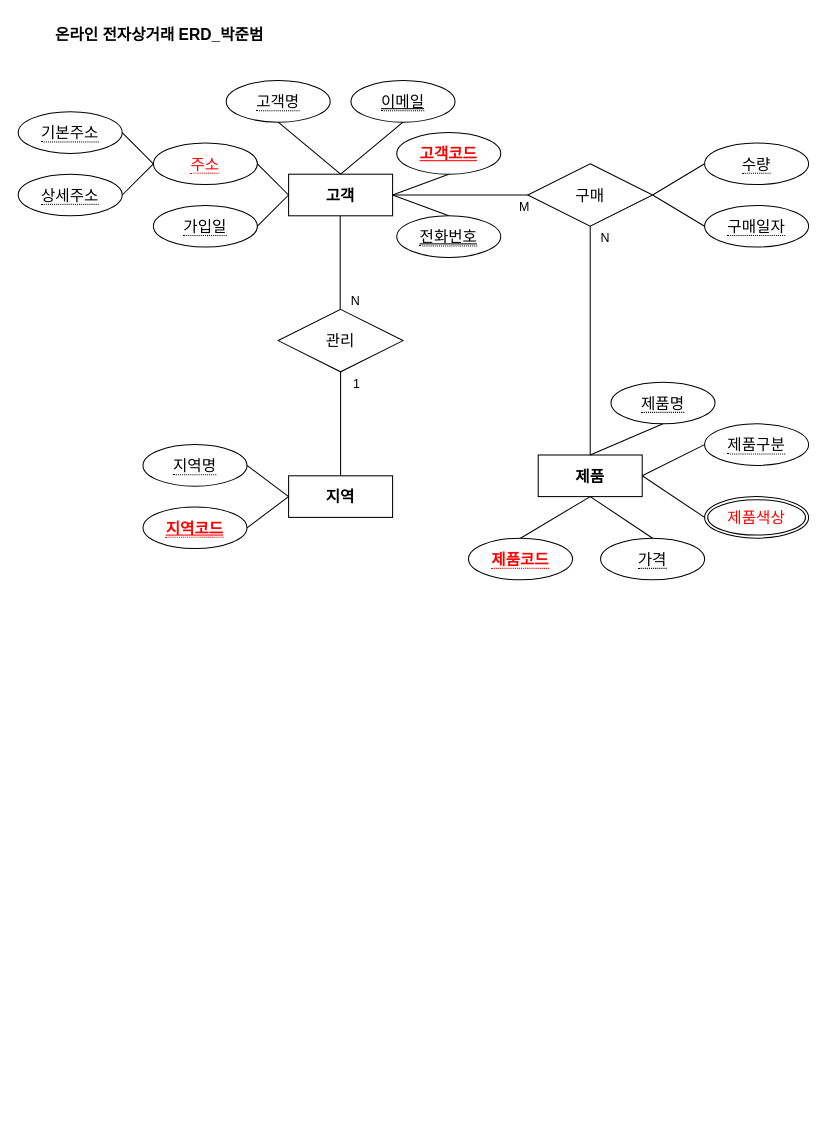
Before: product.drawio in clavis13/clavis, a draw.io diagram. Source tidied: cells renumbered, new cells numbered last; positions are measured from the earlier drawing's top-left corner, leaving out a move shared by most shapes. Both pictures are drawn from the tidied source at 104%, with x=0, y=0 at pixel (18, 18).
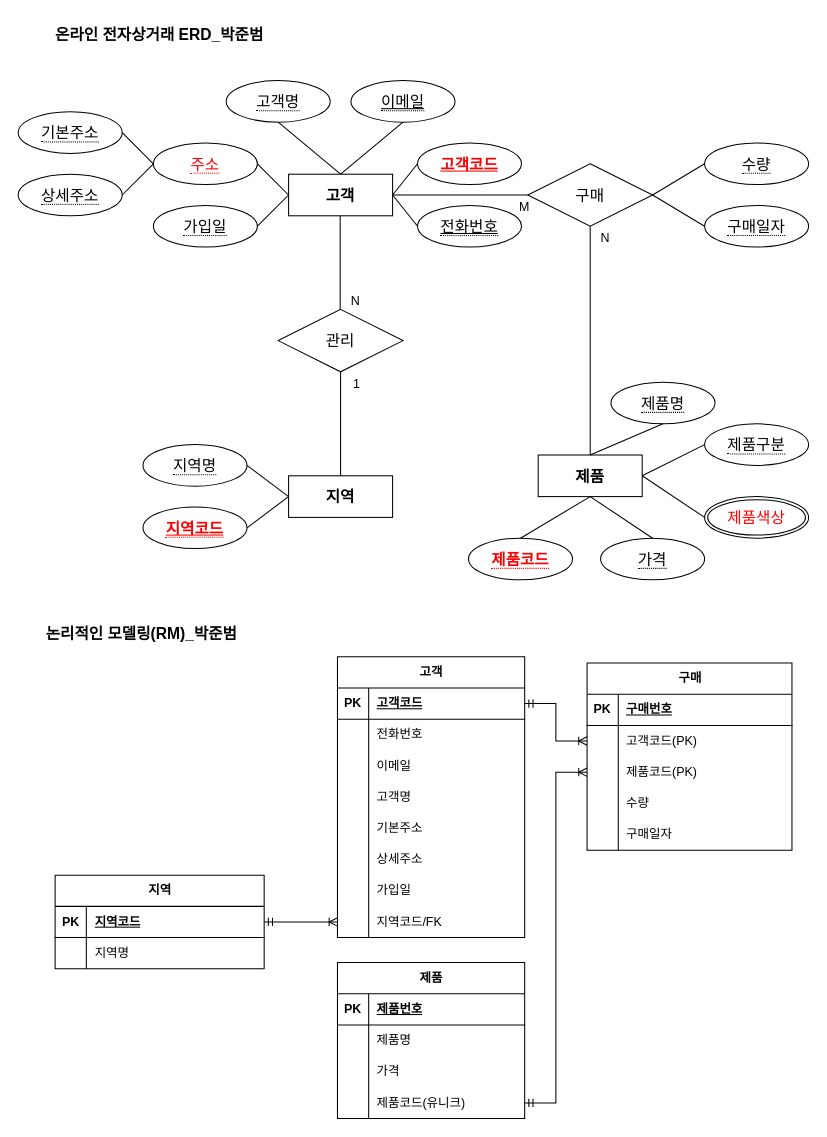
Above is the later version.

The change refers to these unchanged cells:
```xml
<mxCell id="3" value="고객" style="whiteSpace=wrap;html=1;align=center;fontSize=15;fontStyle=1;" parent="1" vertex="1">
  <mxGeometry x="260" y="150" width="100" height="40" as="geometry" />
</mxCell>
```

Change to the diagram source:
```diff
@@
     <mxCell id="8" value="고객코드" style="ellipse;whiteSpace=wrap;html=1;align=center;fontSize=15;fontStyle=5;fontColor=#FF0000;" parent="1" vertex="1">
-      <mxGeometry x="364" y="110" width="100" height="40" as="geometry" />
+      <mxGeometry x="384" y="120" width="100" height="40" as="geometry" />
     </mxCell>
@@
     <mxCell id="10" value="&lt;span style=&quot;border-bottom: 1px dotted; font-size: 15px;&quot;&gt;전화번호&lt;/span&gt;" style="ellipse;whiteSpace=wrap;html=1;align=center;fontSize=15;fontStyle=4;" parent="1" vertex="1">
-      <mxGeometry x="364" y="190" width="100" height="40" as="geometry" />
+      <mxGeometry x="384" y="180" width="100" height="40" as="geometry" />
     </mxCell>
@@
-    <mxCell id="17" style="endArrow=none;html=1;rounded=0;entryX=1;entryY=0.5;entryDx=0;entryDy=0;exitX=0.5;exitY=0;exitDx=0;exitDy=0;fontSize=15;align=center;" parent="1" edge="1" source="10" target="3">
+    <mxCell id="17" style="endArrow=none;html=1;rounded=0;entryX=1;entryY=0.5;entryDx=0;entryDy=0;exitX=0;exitY=0.5;exitDx=0;exitDy=0;fontSize=15;align=center;" parent="1" edge="1" source="10" target="3">
       <mxGeometry relative="1" as="geometry" />
     </mxCell>
@@
-    <mxCell id="19" style="endArrow=none;html=1;rounded=0;entryX=1;entryY=0.5;entryDx=0;entryDy=0;exitX=0.5;exitY=1;exitDx=0;exitDy=0;fontSize=15;align=center;" parent="1" edge="1" source="8" target="3">
+    <mxCell id="19" style="endArrow=none;html=1;rounded=0;entryX=1;entryY=0.5;entryDx=0;entryDy=0;exitX=0;exitY=0.5;exitDx=0;exitDy=0;fontSize=15;align=center;" parent="1" edge="1" source="8" target="3">
       <mxGeometry relative="1" as="geometry" />
     </mxCell>
@@
+    <mxCell id="50" value="고객" style="shape=table;startSize=30;childLayout=tableLayout;rowLines=0;fontStyle=1;align=center;html=1;" parent="1" vertex="1">
+      <mxGeometry x="307" y="614" width="180" height="270" as="geometry" />
+    </mxCell>
+    <mxCell id="51" style="shape=tableRow;horizontal=0;startSize=0;swimlaneHead=0;swimlaneBody=0;fillColor=none;points=[[0,0.5],[1,0.5]];portConstraint=eastwest;top=0;left=0;right=0;bottom=1;" parent="50" vertex="1">
+      <mxGeometry y="30" width="180" height="30" as="geometry" />
+    </mxCell>
+    <mxCell id="52" value="PK" style="shape=partialRectangle;fillColor=none;top=0;left=0;bottom=0;right=0;fontStyle=1;overflow=hidden;whiteSpace=wrap;html=1;" parent="51" vertex="1">
+      <mxGeometry width="30" height="30" as="geometry" />
+    </mxCell>
+    <mxCell id="53" value="고객코드" style="shape=partialRectangle;fillColor=none;top=0;left=0;bottom=0;right=0;align=left;spacingLeft=6;fontStyle=5;overflow=hidden;whiteSpace=wrap;html=1;" parent="51" vertex="1">
+      <mxGeometry x="30" width="150" height="30" as="geometry" />
+    </mxCell>
+    <mxCell id="54" style="shape=tableRow;horizontal=0;startSize=0;swimlaneHead=0;swimlaneBody=0;fillColor=none;top=0;left=0;right=0;bottom=0;" parent="50" vertex="1">
+      <mxGeometry y="60" width="180" height="30" as="geometry" />
+    </mxCell>
+    <mxCell id="55" style="shape=partialRectangle;fillColor=none;top=0;left=0;bottom=0;right=0;overflow=hidden;whiteSpace=wrap;html=1;" parent="54" vertex="1">
+      <mxGeometry width="30" height="30" as="geometry" />
+    </mxCell>
+    <mxCell id="56" value="전화번호&lt;br&gt;" style="shape=partialRectangle;fillColor=none;top=0;left=0;bottom=0;right=0;align=left;spacingLeft=6;overflow=hidden;whiteSpace=wrap;html=1;" parent="54" vertex="1">
+      <mxGeometry x="30" width="150" height="30" as="geometry" />
+    </mxCell>
+    <mxCell id="57" style="shape=tableRow;horizontal=0;startSize=0;swimlaneHead=0;swimlaneBody=0;fillColor=none;top=0;left=0;right=0;bottom=0;" parent="50" vertex="1">
+      <mxGeometry y="90" width="180" height="30" as="geometry" />
+    </mxCell>
+    <mxCell id="58" style="shape=partialRectangle;fillColor=none;top=0;left=0;bottom=0;right=0;overflow=hidden;whiteSpace=wrap;html=1;" parent="57" vertex="1">
+      <mxGeometry width="30" height="30" as="geometry" />
+    </mxCell>
+    <mxCell id="59" value="이메일" style="shape=partialRectangle;fillColor=none;top=0;left=0;bottom=0;right=0;align=left;spacingLeft=6;overflow=hidden;whiteSpace=wrap;html=1;" parent="57" vertex="1">
+      <mxGeometry x="30" width="150" height="30" as="geometry" />
+    </mxCell>
+    <mxCell id="60" style="shape=tableRow;horizontal=0;startSize=0;swimlaneHead=0;swimlaneBody=0;fillColor=none;top=0;left=0;right=0;bottom=0;" parent="50" vertex="1">
+      <mxGeometry y="120" width="180" height="30" as="geometry" />
+    </mxCell>
+    <mxCell id="61" style="shape=partialRectangle;fillColor=none;top=0;left=0;bottom=0;right=0;overflow=hidden;whiteSpace=wrap;html=1;" parent="60" vertex="1">
+      <mxGeometry width="30" height="30" as="geometry" />
+    </mxCell>
+    <mxCell id="62" value="고객명" style="shape=partialRectangle;fillColor=none;top=0;left=0;bottom=0;right=0;align=left;spacingLeft=6;overflow=hidden;whiteSpace=wrap;html=1;" parent="60" vertex="1">
+      <mxGeometry x="30" width="150" height="30" as="geometry" />
+    </mxCell>
+    <mxCell id="63" style="shape=tableRow;horizontal=0;startSize=0;swimlaneHead=0;swimlaneBody=0;fillColor=none;top=0;left=0;right=0;bottom=0;" parent="50" vertex="1">
+      <mxGeometry y="150" width="180" height="30" as="geometry" />
+    </mxCell>
+    <mxCell id="64" style="shape=partialRectangle;fillColor=none;top=0;left=0;bottom=0;right=0;overflow=hidden;whiteSpace=wrap;html=1;" parent="63" vertex="1">
+      <mxGeometry width="30" height="30" as="geometry" />
+    </mxCell>
+    <mxCell id="65" value="기본주소" style="shape=partialRectangle;fillColor=none;top=0;left=0;bottom=0;right=0;align=left;spacingLeft=6;overflow=hidden;whiteSpace=wrap;html=1;" parent="63" vertex="1">
+      <mxGeometry x="30" width="150" height="30" as="geometry" />
+    </mxCell>
+    <mxCell id="66" style="shape=tableRow;horizontal=0;startSize=0;swimlaneHead=0;swimlaneBody=0;fillColor=none;top=0;left=0;right=0;bottom=0;" parent="50" vertex="1">
+      <mxGeometry y="180" width="180" height="30" as="geometry" />
+    </mxCell>
+    <mxCell id="67" style="shape=partialRectangle;fillColor=none;top=0;left=0;bottom=0;right=0;overflow=hidden;whiteSpace=wrap;html=1;" parent="66" vertex="1">
+      <mxGeometry width="30" height="30" as="geometry" />
+    </mxCell>
+    <mxCell id="68" value="상세주소" style="shape=partialRectangle;fillColor=none;top=0;left=0;bottom=0;right=0;align=left;spacingLeft=6;overflow=hidden;whiteSpace=wrap;html=1;" parent="66" vertex="1">
+      <mxGeometry x="30" width="150" height="30" as="geometry" />
+    </mxCell>
+    <mxCell id="69" style="shape=tableRow;horizontal=0;startSize=0;swimlaneHead=0;swimlaneBody=0;fillColor=none;top=0;left=0;right=0;bottom=0;" parent="50" vertex="1">
+      <mxGeometry y="210" width="180" height="30" as="geometry" />
+    </mxCell>
+    <mxCell id="70" style="shape=partialRectangle;fillColor=none;top=0;left=0;bottom=0;right=0;overflow=hidden;whiteSpace=wrap;html=1;" parent="69" vertex="1">
+      <mxGeometry width="30" height="30" as="geometry" />
+    </mxCell>
+    <mxCell id="71" value="가입일" style="shape=partialRectangle;fillColor=none;top=0;left=0;bottom=0;right=0;align=left;spacingLeft=6;overflow=hidden;whiteSpace=wrap;html=1;" parent="69" vertex="1">
+      <mxGeometry x="30" width="150" height="30" as="geometry" />
+    </mxCell>
+    <mxCell id="72" style="shape=tableRow;horizontal=0;startSize=0;swimlaneHead=0;swimlaneBody=0;fillColor=none;points=[[0,0.5],[1,0.5]];portConstraint=eastwest;top=0;left=0;right=0;bottom=0;" parent="50" vertex="1">
+      <mxGeometry y="240" width="180" height="30" as="geometry" />
+    </mxCell>
+    <mxCell id="73" style="shape=partialRectangle;fillColor=none;top=0;left=0;bottom=0;right=0;overflow=hidden;whiteSpace=wrap;html=1;" parent="72" vertex="1">
+      <mxGeometry width="30" height="30" as="geometry" />
+    </mxCell>
+    <mxCell id="74" value="지역코드/FK" style="shape=partialRectangle;fillColor=none;top=0;left=0;bottom=0;right=0;align=left;spacingLeft=6;overflow=hidden;whiteSpace=wrap;html=1;" parent="72" vertex="1">
+      <mxGeometry x="30" width="150" height="30" as="geometry" />
+    </mxCell>
+    <mxCell id="75" value="제품" style="shape=table;startSize=30;childLayout=tableLayout;rowLines=0;fontStyle=1;align=center;html=1;" parent="1" vertex="1">
+      <mxGeometry x="307" y="908" width="180" height="150" as="geometry" />
+    </mxCell>
+    <mxCell id="76" style="shape=tableRow;horizontal=0;startSize=0;swimlaneHead=0;swimlaneBody=0;fillColor=none;top=0;left=0;right=0;bottom=1;" parent="75" vertex="1">
+      <mxGeometry y="30" width="180" height="30" as="geometry" />
+    </mxCell>
+    <mxCell id="77" value="PK" style="shape=partialRectangle;fillColor=none;top=0;left=0;bottom=0;right=0;fontStyle=1;overflow=hidden;whiteSpace=wrap;html=1;" parent="76" vertex="1">
+      <mxGeometry width="30" height="30" as="geometry" />
+    </mxCell>
+    <mxCell id="78" value="제품번호" style="shape=partialRectangle;fillColor=none;top=0;left=0;bottom=0;right=0;align=left;spacingLeft=6;fontStyle=5;overflow=hidden;whiteSpace=wrap;html=1;" parent="76" vertex="1">
+      <mxGeometry x="30" width="150" height="30" as="geometry" />
+    </mxCell>
+    <mxCell id="79" style="shape=tableRow;horizontal=0;startSize=0;swimlaneHead=0;swimlaneBody=0;fillColor=none;top=0;left=0;right=0;bottom=0;" parent="75" vertex="1">
+      <mxGeometry y="60" width="180" height="30" as="geometry" />
+    </mxCell>
+    <mxCell id="80" style="shape=partialRectangle;fillColor=none;top=0;left=0;bottom=0;right=0;overflow=hidden;whiteSpace=wrap;html=1;" parent="79" vertex="1">
+      <mxGeometry width="30" height="30" as="geometry" />
+    </mxCell>
+    <mxCell id="81" value="제품명" style="shape=partialRectangle;fillColor=none;top=0;left=0;bottom=0;right=0;align=left;spacingLeft=6;overflow=hidden;whiteSpace=wrap;html=1;" parent="79" vertex="1">
+      <mxGeometry x="30" width="150" height="30" as="geometry" />
+    </mxCell>
+    <mxCell id="82" style="shape=tableRow;horizontal=0;startSize=0;swimlaneHead=0;swimlaneBody=0;fillColor=none;top=0;left=0;right=0;bottom=0;" parent="75" vertex="1">
+      <mxGeometry y="90" width="180" height="30" as="geometry" />
+    </mxCell>
+    <mxCell id="83" style="shape=partialRectangle;fillColor=none;top=0;left=0;bottom=0;right=0;overflow=hidden;whiteSpace=wrap;html=1;" parent="82" vertex="1">
+      <mxGeometry width="30" height="30" as="geometry" />
+    </mxCell>
+    <mxCell id="84" value="가격" style="shape=partialRectangle;fillColor=none;top=0;left=0;bottom=0;right=0;align=left;spacingLeft=6;overflow=hidden;whiteSpace=wrap;html=1;" parent="82" vertex="1">
+      <mxGeometry x="30" width="150" height="30" as="geometry" />
+    </mxCell>
+    <mxCell id="85" style="shape=tableRow;horizontal=0;startSize=0;swimlaneHead=0;swimlaneBody=0;fillColor=none;points=[[0,0.5],[1,0.5]];portConstraint=eastwest;top=0;left=0;right=0;bottom=0;" parent="75" vertex="1">
+      <mxGeometry y="120" width="180" height="30" as="geometry" />
+    </mxCell>
+    <mxCell id="86" style="shape=partialRectangle;fillColor=none;top=0;left=0;bottom=0;right=0;overflow=hidden;whiteSpace=wrap;html=1;" parent="85" vertex="1">
+      <mxGeometry width="30" height="30" as="geometry" />
+    </mxCell>
+    <mxCell id="87" value="제품코드(유니크)" style="shape=partialRectangle;fillColor=none;top=0;left=0;bottom=0;right=0;align=left;spacingLeft=6;overflow=hidden;whiteSpace=wrap;html=1;" parent="85" vertex="1">
+      <mxGeometry x="30" width="150" height="30" as="geometry" />
+    </mxCell>
+    <mxCell id="88" value="지역" style="shape=table;startSize=30;childLayout=tableLayout;rowLines=0;fontStyle=1;align=center;html=1;" parent="1" vertex="1">
+      <mxGeometry x="35.5" y="824" width="201" height="90" as="geometry" />
+    </mxCell>
+    <mxCell id="89" style="shape=tableRow;horizontal=0;startSize=0;swimlaneHead=0;swimlaneBody=0;fillColor=none;points=[[0,0.5],[1,0.5]];portConstraint=eastwest;top=0;left=0;right=0;bottom=1;" parent="88" vertex="1">
+      <mxGeometry y="30" width="201" height="30" as="geometry" />
+    </mxCell>
+    <mxCell id="90" value="PK" style="shape=partialRectangle;fillColor=none;top=0;left=0;bottom=0;right=0;fontStyle=1;overflow=hidden;whiteSpace=wrap;html=1;" parent="89" vertex="1">
+      <mxGeometry width="30" height="30" as="geometry" />
+    </mxCell>
+    <mxCell id="91" value="지역코드" style="shape=partialRectangle;fillColor=none;top=0;left=0;bottom=0;right=0;align=left;spacingLeft=6;fontStyle=5;overflow=hidden;whiteSpace=wrap;html=1;" parent="89" vertex="1">
+      <mxGeometry x="30" width="171" height="30" as="geometry" />
+    </mxCell>
+    <mxCell id="92" style="shape=tableRow;horizontal=0;startSize=0;swimlaneHead=0;swimlaneBody=0;fillColor=none;top=0;left=0;right=0;bottom=0;" parent="88" vertex="1">
+      <mxGeometry y="60" width="201" height="30" as="geometry" />
+    </mxCell>
+    <mxCell id="93" style="shape=partialRectangle;fillColor=none;top=0;left=0;bottom=0;right=0;overflow=hidden;whiteSpace=wrap;html=1;" parent="92" vertex="1">
+      <mxGeometry width="30" height="30" as="geometry" />
+    </mxCell>
+    <mxCell id="94" value="지역명" style="shape=partialRectangle;fillColor=none;top=0;left=0;bottom=0;right=0;align=left;spacingLeft=6;overflow=hidden;whiteSpace=wrap;html=1;" parent="92" vertex="1">
+      <mxGeometry x="30" width="171" height="30" as="geometry" />
+    </mxCell>
+    <mxCell id="95" value="구매" style="shape=table;startSize=30;childLayout=tableLayout;rowLines=0;fontStyle=1;align=center;html=1;" parent="1" vertex="1">
+      <mxGeometry x="547" y="620" width="197" height="180" as="geometry" />
+    </mxCell>
+    <mxCell id="96" style="shape=tableRow;horizontal=0;startSize=0;swimlaneHead=0;swimlaneBody=0;fillColor=none;top=0;left=0;right=0;bottom=1;" parent="95" vertex="1">
+      <mxGeometry y="30" width="197" height="30" as="geometry" />
+    </mxCell>
+    <mxCell id="97" value="PK" style="shape=partialRectangle;fillColor=none;top=0;left=0;bottom=0;right=0;fontStyle=1;overflow=hidden;whiteSpace=wrap;html=1;" parent="96" vertex="1">
+      <mxGeometry width="30" height="30" as="geometry" />
+    </mxCell>
+    <mxCell id="98" value="구매번호" style="shape=partialRectangle;fillColor=none;top=0;left=0;bottom=0;right=0;align=left;spacingLeft=6;fontStyle=5;overflow=hidden;whiteSpace=wrap;html=1;" parent="96" vertex="1">
+      <mxGeometry x="30" width="167" height="30" as="geometry" />
+    </mxCell>
+    <mxCell id="99" style="shape=tableRow;horizontal=0;startSize=0;swimlaneHead=0;swimlaneBody=0;fillColor=none;points=[[0,0.5],[1,0.5]];portConstraint=eastwest;top=0;left=0;right=0;bottom=0;" parent="95" vertex="1">
+      <mxGeometry y="60" width="197" height="30" as="geometry" />
+    </mxCell>
+    <mxCell id="100" style="shape=partialRectangle;fillColor=none;top=0;left=0;bottom=0;right=0;overflow=hidden;whiteSpace=wrap;html=1;" parent="99" vertex="1">
+      <mxGeometry width="30" height="30" as="geometry" />
+    </mxCell>
+    <mxCell id="101" value="고객코드(PK)" style="shape=partialRectangle;fillColor=none;top=0;left=0;bottom=0;right=0;align=left;spacingLeft=6;overflow=hidden;whiteSpace=wrap;html=1;" parent="99" vertex="1">
+      <mxGeometry x="30" width="167" height="30" as="geometry" />
+    </mxCell>
+    <mxCell id="102" style="shape=tableRow;horizontal=0;startSize=0;swimlaneHead=0;swimlaneBody=0;fillColor=none;points=[[0,0.5],[1,0.5]];portConstraint=eastwest;top=0;left=0;right=0;bottom=0;" parent="95" vertex="1">
+      <mxGeometry y="90" width="197" height="30" as="geometry" />
+    </mxCell>
+    <mxCell id="103" style="shape=partialRectangle;fillColor=none;top=0;left=0;bottom=0;right=0;overflow=hidden;whiteSpace=wrap;html=1;" parent="102" vertex="1">
+      <mxGeometry width="30" height="30" as="geometry" />
+    </mxCell>
+    <mxCell id="104" value="제품코드(PK)" style="shape=partialRectangle;fillColor=none;top=0;left=0;bottom=0;right=0;align=left;spacingLeft=6;overflow=hidden;whiteSpace=wrap;html=1;" parent="102" vertex="1">
+      <mxGeometry x="30" width="167" height="30" as="geometry" />
+    </mxCell>
+    <mxCell id="105" style="shape=tableRow;horizontal=0;startSize=0;swimlaneHead=0;swimlaneBody=0;fillColor=none;top=0;left=0;right=0;bottom=0;" parent="95" vertex="1">
+      <mxGeometry y="120" width="197" height="30" as="geometry" />
+    </mxCell>
+    <mxCell id="106" style="shape=partialRectangle;fillColor=none;top=0;left=0;bottom=0;right=0;overflow=hidden;whiteSpace=wrap;html=1;" parent="105" vertex="1">
+      <mxGeometry width="30" height="30" as="geometry" />
+    </mxCell>
+    <mxCell id="107" value="수량" style="shape=partialRectangle;fillColor=none;top=0;left=0;bottom=0;right=0;align=left;spacingLeft=6;overflow=hidden;whiteSpace=wrap;html=1;" parent="105" vertex="1">
+      <mxGeometry x="30" width="167" height="30" as="geometry" />
+    </mxCell>
+    <mxCell id="108" style="shape=tableRow;horizontal=0;startSize=0;swimlaneHead=0;swimlaneBody=0;fillColor=none;top=0;left=0;right=0;bottom=0;" parent="95" vertex="1">
+      <mxGeometry y="150" width="197" height="30" as="geometry" />
+    </mxCell>
+    <mxCell id="109" style="shape=partialRectangle;fillColor=none;top=0;left=0;bottom=0;right=0;overflow=hidden;whiteSpace=wrap;html=1;" parent="108" vertex="1">
+      <mxGeometry width="30" height="30" as="geometry" />
+    </mxCell>
+    <mxCell id="110" value="구매일자" style="shape=partialRectangle;fillColor=none;top=0;left=0;bottom=0;right=0;align=left;spacingLeft=6;overflow=hidden;whiteSpace=wrap;html=1;" parent="108" vertex="1">
+      <mxGeometry x="30" width="167" height="30" as="geometry" />
+    </mxCell>
+    <mxCell id="111" style="edgeStyle=entityRelationEdgeStyle;fontSize=12;html=1;endArrow=ERoneToMany;startArrow=ERmandOne;rounded=0;exitX=1;exitY=0.5;exitDx=0;exitDy=0;entryX=0;entryY=0.5;entryDx=0;entryDy=0;" parent="1" edge="1" source="51" target="99">
+      <mxGeometry relative="1" as="geometry" />
+    </mxCell>
+    <mxCell id="112" style="edgeStyle=entityRelationEdgeStyle;fontSize=12;html=1;endArrow=ERoneToMany;startArrow=ERmandOne;rounded=0;entryX=0;entryY=0.5;entryDx=0;entryDy=0;" parent="1" edge="1" source="85" target="102">
+      <mxGeometry relative="1" as="geometry">
+        <Array as="points">
+          <mxPoint x="236" y="859" />
+          <mxPoint x="274" y="880" />
+          <mxPoint x="296" y="843" />
+        </Array>
+      </mxGeometry>
+    </mxCell>
+    <mxCell id="113" style="edgeStyle=entityRelationEdgeStyle;fontSize=12;html=1;endArrow=ERoneToMany;startArrow=ERmandOne;rounded=0;exitX=1;exitY=0.5;exitDx=0;exitDy=0;entryX=0;entryY=0.5;entryDx=0;entryDy=0;" parent="1" edge="1" source="89" target="72">
+      <mxGeometry relative="1" as="geometry">
+        <Array as="points">
+          <mxPoint x="246" y="869" />
+          <mxPoint x="284" y="890" />
+          <mxPoint x="306" y="853" />
+        </Array>
+      </mxGeometry>
+    </mxCell>
+    <mxCell id="114" value="논리적인 모델링(RM)_박준범" style="text;strokeColor=none;fillColor=none;spacingLeft=4;spacingRight=4;overflow=hidden;fontSize=15;whiteSpace=wrap;html=1;fontStyle=1;" parent="1" vertex="1">
+      <mxGeometry x="21" y="576" width="230" height="30" as="geometry" />
+    </mxCell>
```
